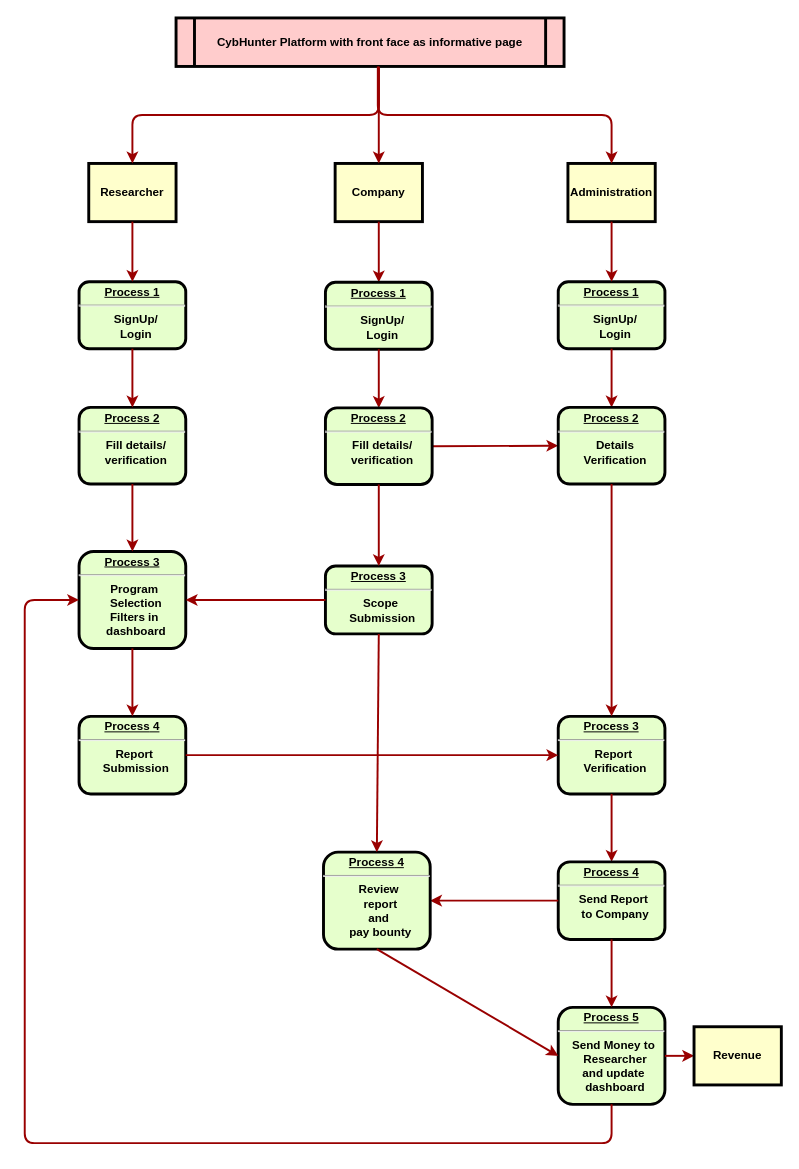
Before: Untitled Diagram.drawio in Aakash074/CORS, a draw.io diagram. Source tidied: cells renumbered, new cells numbered last; positions are measured from the earlier drawing's top-left corner, leaving out a move shared by most shapes. Both pictures are drawn from the tidied source at 97%, with x=0, y=0 at pixel (24, 17).
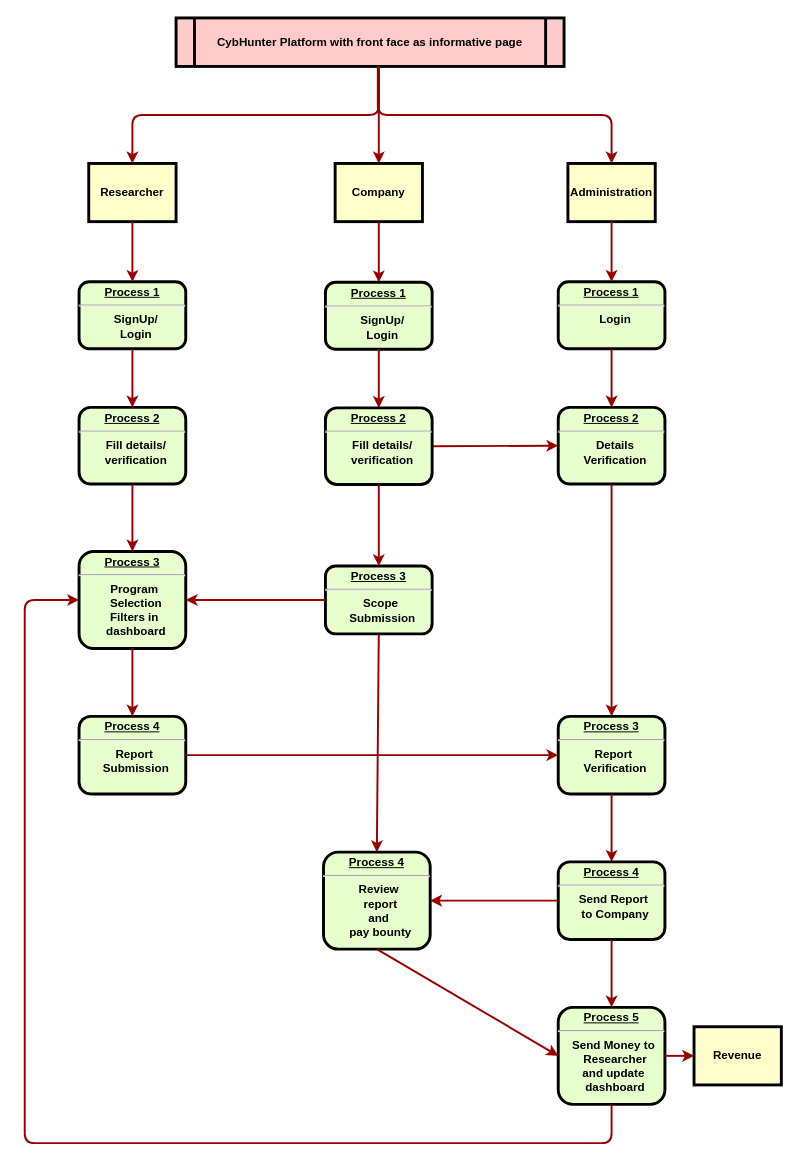
Above is the later version.

The edit, as a diff of the source:
```diff
@@
-    <mxCell id="19" value="&lt;p style=&quot;margin: 0px ; margin-top: 4px ; text-align: center ; text-decoration: underline&quot;&gt;&lt;strong&gt;Process 1&lt;br&gt;&lt;/strong&gt;&lt;/p&gt;&lt;hr&gt;&lt;p style=&quot;margin: 0px ; margin-left: 8px&quot;&gt;&lt;span&gt;SignUp/&lt;/span&gt;&lt;/p&gt;&lt;p style=&quot;margin: 0px ; margin-left: 8px&quot;&gt;Login&lt;/p&gt;" style="verticalAlign=middle;align=center;overflow=fill;fontSize=12;fontFamily=Helvetica;html=1;rounded=1;fontStyle=1;strokeWidth=3;fillColor=#E6FFCC;" parent="1" vertex="1">
+    <mxCell id="19" value="&lt;p style=&quot;margin: 0px ; margin-top: 4px ; text-align: center ; text-decoration: underline&quot;&gt;&lt;strong&gt;Process 1&lt;br&gt;&lt;/strong&gt;&lt;/p&gt;&lt;hr&gt;&lt;p style=&quot;margin: 0px ; margin-left: 8px&quot;&gt;&lt;span&gt;Login&lt;/span&gt;&lt;br&gt;&lt;/p&gt;" style="verticalAlign=middle;align=center;overflow=fill;fontSize=12;fontFamily=Helvetica;html=1;rounded=1;fontStyle=1;strokeWidth=3;fillColor=#E6FFCC;" parent="1" vertex="1">
       <mxGeometry x="550" y="272" width="110" height="69" as="geometry" />
     </mxCell>
```
